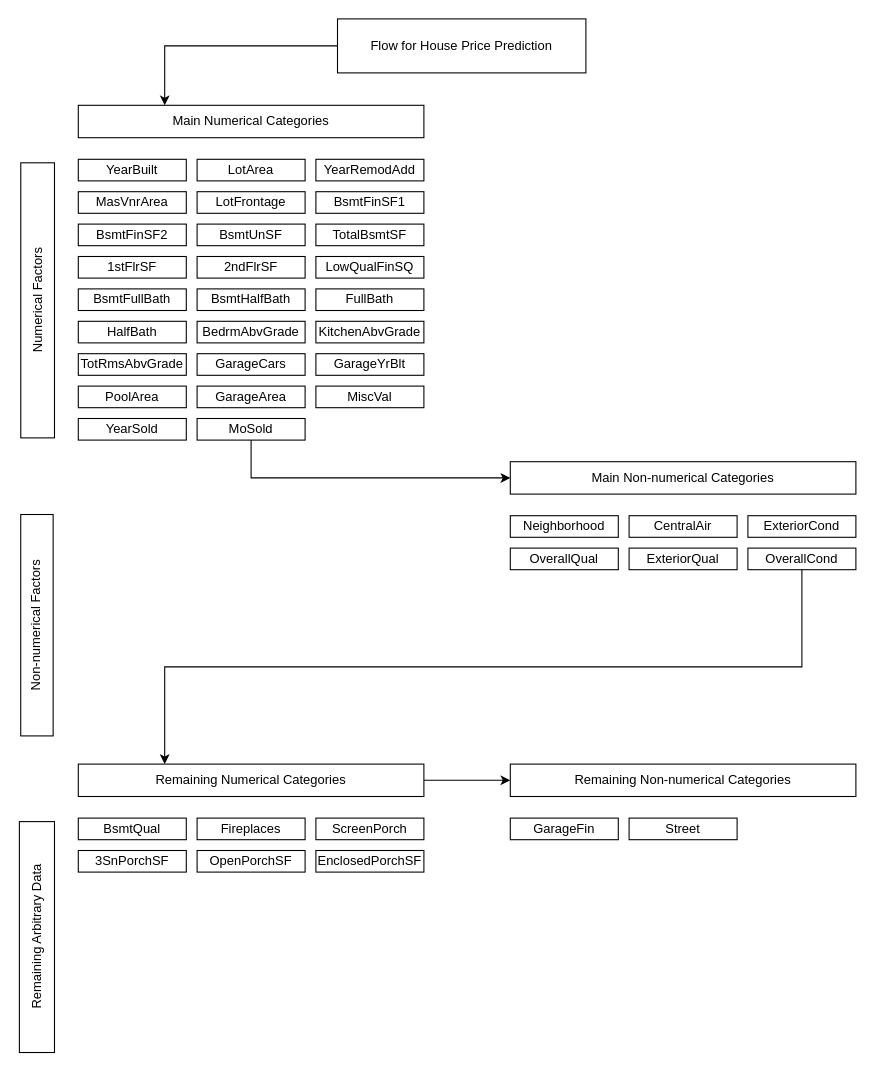
The draw.io diagram Ames Housing Flow Chart.drawio in blue-santa/ames-housing, before the edit. Source tidied: cells renumbered, new cells numbered last; positions are measured from the earlier drawing's top-left corner, leaving out a move shared by most shapes. Both pictures are drawn from the tidied source at 108%, with x=0, y=0 at pixel (-100, 18).
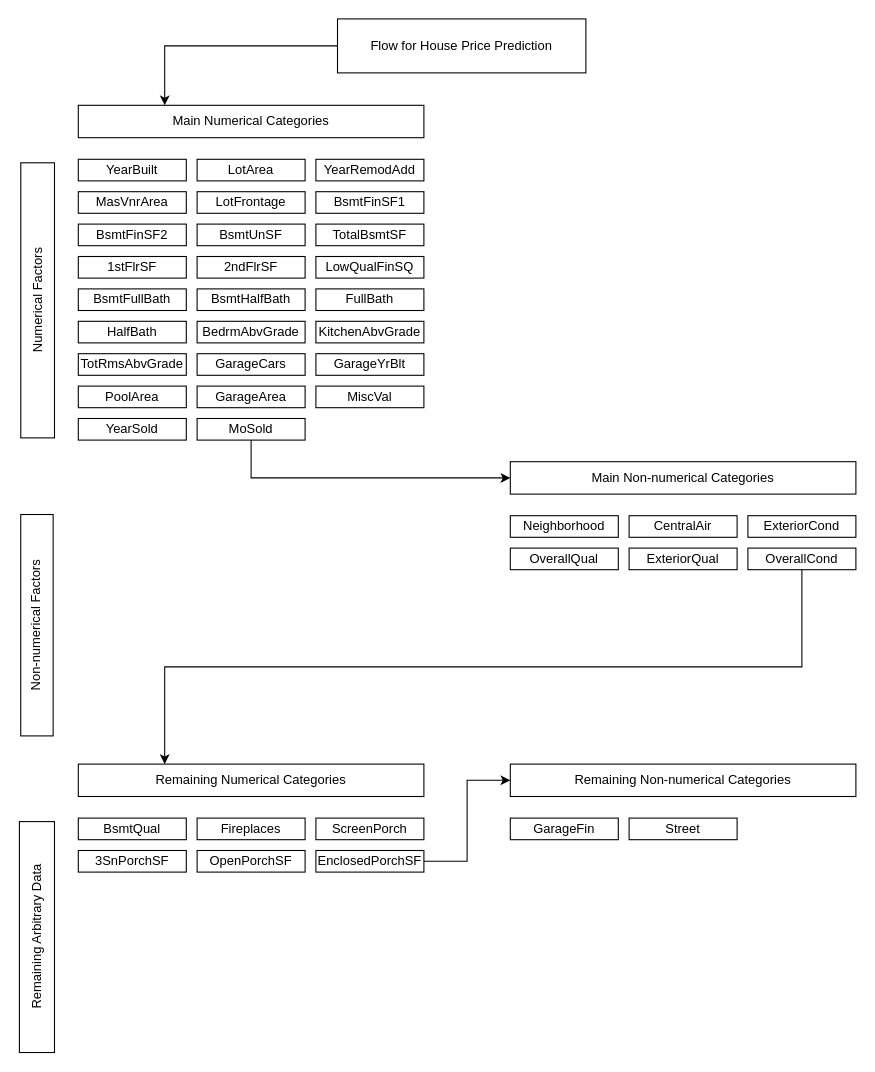
The same page after the edit.

Unchanged cells that the change refers to:
```xml
<mxCell id="40" value="EnclosedPorchSF" style="rounded=0;whiteSpace=wrap;html=1;" parent="1" vertex="1">
  <mxGeometry x="385" y="770" width="100" height="20" as="geometry" />
</mxCell>
<mxCell id="52" value="&lt;div&gt;Remaining Numerical Categories&lt;/div&gt;" style="rounded=0;whiteSpace=wrap;html=1;" parent="1" vertex="1">
  <mxGeometry x="165" y="690" width="320" height="30" as="geometry" />
</mxCell>
<mxCell id="53" value="&lt;div&gt;Remaining Non-numerical Categories&lt;/div&gt;" style="rounded=0;whiteSpace=wrap;html=1;" parent="1" vertex="1">
  <mxGeometry x="565" y="690" width="320" height="30" as="geometry" />
</mxCell>
```

Change to the diagram source:
```diff
@@
-    <mxCell id="51" style="edgeStyle=orthogonalEdgeStyle;rounded=0;jettySize=auto;html=1;exitX=1;exitY=0.5;exitDx=0;exitDy=0;entryX=0;entryY=0.5;entryDx=0;entryDy=0;" parent="1" edge="1" source="52" target="53">
+    <mxCell id="51" style="edgeStyle=orthogonalEdgeStyle;rounded=0;jettySize=auto;html=1;exitX=1;exitY=0.5;exitDx=0;exitDy=0;entryX=0;entryY=0.5;entryDx=0;entryDy=0;" parent="1" edge="1" source="40" target="53">
       <mxGeometry relative="1" as="geometry" />
     </mxCell>
```
